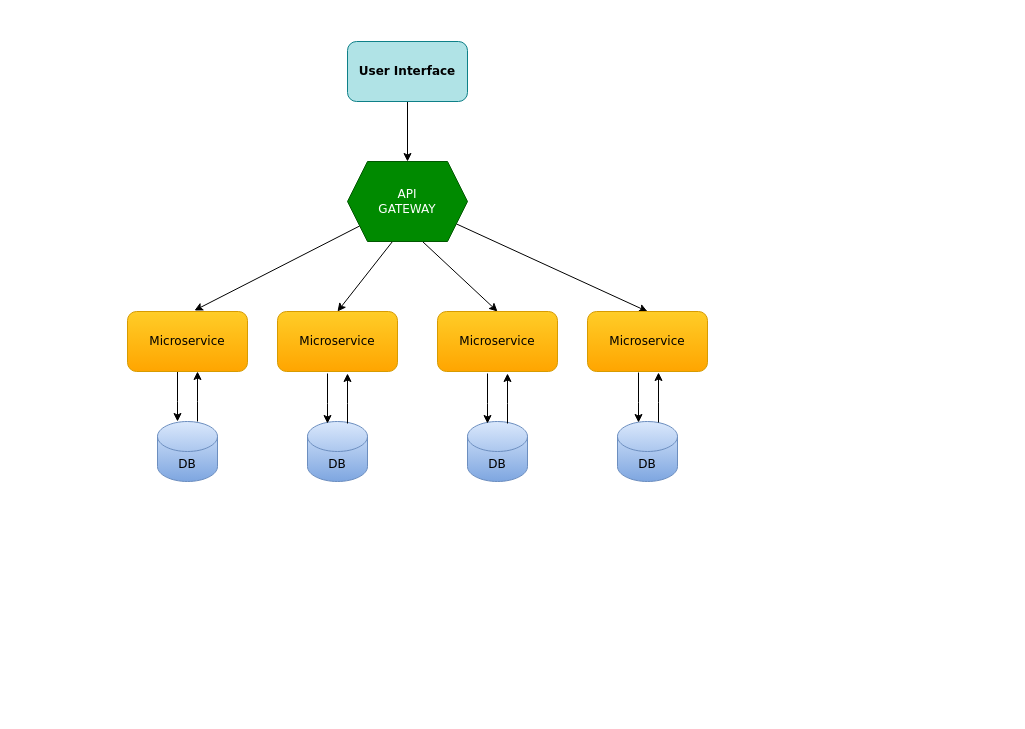
gustianom/datapool keeps this draw.io diagram as page "Microservice Design" (22 of 22) of datapool.drawio. Above is the earlier version. Source tidied: cells renumbered, new cells numbered last; positions are measured from the earlier drawing's top-left corner, leaving out a move shared by most shapes. Both pictures are drawn from the tidied source at 100%, with x=0, y=0 at pixel (127, 41).
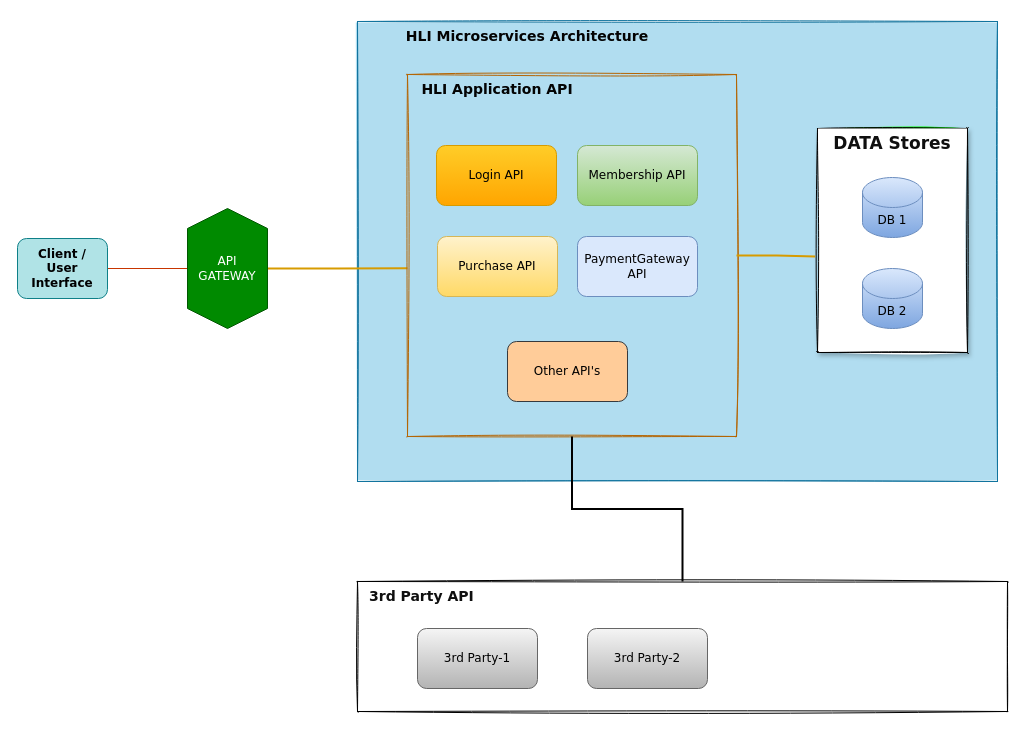
The same diagram, later.

Change to the diagram source:
```diff
@@
+    <mxCell id="25" style="rounded=0;whiteSpace=wrap;html=1;shadow=0;glass=0;sketch=1;fillStyle=solid;fontFamily=Verdana;fontSize=14;fillColor=#b1ddf0;strokeColor=#10739e;" parent="1" vertex="1">
+      <mxGeometry x="230" y="-20" width="640" height="460" as="geometry" />
+    </mxCell>
-    <mxCell id="2" style="edgeStyle=orthogonalEdgeStyle;rounded=0;jettySize=auto;html=1;fontFamily=Verdana;verticalAlign=top;" parent="1" edge="1" source="3" target="8">
+    <mxCell id="2" style="edgeStyle=orthogonalEdgeStyle;rounded=0;jettySize=auto;html=1;fontFamily=Verdana;verticalAlign=top;endArrow=none;endFill=0;fillColor=#fa6800;strokeColor=#C73500;" parent="1" edge="1" source="3" target="8">
       <mxGeometry relative="1" as="geometry" />
     </mxCell>
-    <mxCell id="3" value="User Interface" style="rounded=1;whiteSpace=wrap;html=1;fillColor=#b0e3e6;strokeColor=#0e8088;fontStyle=1;fontFamily=Verdana;" parent="1" vertex="1">
-      <mxGeometry x="220" width="120" height="60" as="geometry" />
+    <mxCell id="3" value="&lt;div&gt;Client / &lt;br&gt;&lt;/div&gt;&lt;div&gt;User Interface&lt;br&gt;&lt;/div&gt;" style="rounded=1;whiteSpace=wrap;html=1;fillColor=#b0e3e6;strokeColor=#0e8088;fontStyle=1;fontFamily=Verdana;" parent="1" vertex="1">
+      <mxGeometry x="-110" y="197" width="90" height="60" as="geometry" />
     </mxCell>
-    <mxCell id="4" style="rounded=0;jettySize=auto;html=1;entryX=0.558;entryY=-0.017;entryDx=0;entryDy=0;entryPerimeter=0;fontFamily=Verdana;" parent="1" edge="1" source="8" target="10">
-      <mxGeometry relative="1" as="geometry" />
-    </mxCell>
-    <mxCell id="5" style="rounded=0;jettySize=auto;html=1;fontFamily=Verdana;entryX=0.5;entryY=0;entryDx=0;entryDy=0;" parent="1" edge="1" source="8" target="13">
-      <mxGeometry relative="1" as="geometry" />
-    </mxCell>
-    <mxCell id="6" style="rounded=0;jettySize=auto;html=1;exitX=0.625;exitY=1;exitDx=0;exitDy=0;entryX=0.5;entryY=0;entryDx=0;entryDy=0;fontFamily=Verdana;" parent="1" edge="1" source="8" target="12">
-      <mxGeometry relative="1" as="geometry" />
-    </mxCell>
-    <mxCell id="7" style="rounded=0;jettySize=auto;html=1;exitX=0.375;exitY=1;exitDx=0;exitDy=0;entryX=0.5;entryY=0;entryDx=0;entryDy=0;fontFamily=Verdana;" parent="1" edge="1" source="8" target="11">
-      <mxGeometry relative="1" as="geometry" />
-    </mxCell>
+    <mxCell id="26" style="edgeStyle=orthogonalEdgeStyle;rounded=0;jettySize=auto;html=1;entryX=0;entryY=0.535;entryDx=0;entryDy=0;entryPerimeter=0;fontFamily=Verdana;startArrow=none;startFill=0;endArrow=none;endFill=0;strokeWidth=2;verticalAlign=top;fillColor=#ffcd28;gradientColor=#ffa500;strokeColor=#d79b00;" parent="1" edge="1" source="8" target="33">
+      <mxGeometry relative="1" as="geometry" />
+    </mxCell>
-    <mxCell id="8" value="&lt;div&gt;API &lt;br&gt;&lt;/div&gt;&lt;div&gt;GATEWAY&lt;br&gt;&lt;/div&gt;" style="shape=hexagon;perimeter=hexagonPerimeter2;whiteSpace=wrap;html=1;fixedSize=1;fillColor=#008a00;fontColor=#ffffff;strokeColor=#005700;fontFamily=Verdana;" parent="1" vertex="1">
-      <mxGeometry x="220" y="120" width="120" height="80" as="geometry" />
+    <mxCell id="8" value="&lt;div&gt;API &lt;br&gt;&lt;/div&gt;&lt;div&gt;GATEWAY&lt;br&gt;&lt;/div&gt;" style="shape=hexagon;perimeter=hexagonPerimeter2;whiteSpace=wrap;html=1;fixedSize=1;fillColor=#008a00;fontColor=#ffffff;strokeColor=#005700;fontFamily=Verdana;direction=south;" parent="1" vertex="1">
+      <mxGeometry x="60" y="167" width="80" height="120" as="geometry" />
     </mxCell>
-    <mxCell id="9" style="edgeStyle=orthogonalEdgeStyle;rounded=0;jettySize=auto;html=1;fontFamily=Verdana;" parent="1" edge="1" source="10" target="15">
-      <mxGeometry relative="1" as="geometry">
-        <Array as="points">
-          <mxPoint x="50" y="360" />
-          <mxPoint x="50" y="360" />
-        </Array>
-      </mxGeometry>
-    </mxCell>
+    <mxCell id="27" value=" " style="swimlane;startSize=0;fontFamily=Verdana;sketch=1;rounded=1;shadow=0;" parent="1" vertex="1">
+      <mxGeometry x="230" y="540" width="650" height="130" as="geometry" />
+    </mxCell>
+    <mxCell id="28" value="3rd Party-1" style="rounded=1;whiteSpace=wrap;html=1;fillColor=#f5f5f5;gradientColor=#b3b3b3;strokeColor=#666666;fontFamily=Verdana;" parent="27" vertex="1">
+      <mxGeometry x="60" y="47" width="120" height="60" as="geometry" />
+    </mxCell>
+    <mxCell id="29" value="3rd Party-2" style="rounded=1;whiteSpace=wrap;html=1;fillColor=#f5f5f5;gradientColor=#b3b3b3;strokeColor=#666666;fontFamily=Verdana;" parent="27" vertex="1">
+      <mxGeometry x="230" y="47" width="120" height="60" as="geometry" />
+    </mxCell>
+    <mxCell id="30" value="&lt;font style=&quot;font-size: 14px&quot;&gt;&lt;b&gt;&lt;font style=&quot;font-size: 14px&quot; color=&quot;#0F0F0F&quot;&gt;3rd Party API&lt;br&gt;&lt;/font&gt;&lt;/b&gt;&lt;/font&gt;" style="text;html=1;strokeColor=none;fillColor=none;align=left;verticalAlign=middle;whiteSpace=wrap;rounded=0;shadow=1;glass=0;sketch=1;fillStyle=solid;fontFamily=Verdana;fontColor=#99FFFF;" parent="27" vertex="1">
+      <mxGeometry x="10" width="220" height="30" as="geometry" />
+    </mxCell>
+    <mxCell id="31" style="swimlane;startSize=0;fontFamily=Verdana;fillColor=none;sketch=1;rounded=1;strokeColor=none;fillStyle=hachure;swimlaneFillColor=none;" parent="1" vertex="1">
+      <mxGeometry x="230" y="-20" width="620" height="450" as="geometry" />
+    </mxCell>
+    <mxCell id="32" value="&lt;font style=&quot;font-size: 14px&quot;&gt;&lt;b&gt;&lt;font style=&quot;font-size: 14px&quot; color=&quot;#030303&quot;&gt;HLI Microservices Architecture&lt;br&gt;&lt;/font&gt;&lt;/b&gt;&lt;/font&gt;" style="text;html=1;strokeColor=none;fillColor=none;align=center;verticalAlign=middle;whiteSpace=wrap;rounded=0;shadow=1;glass=0;sketch=1;fillStyle=solid;fontFamily=Verdana;fontColor=#99FFFF;" parent="31" vertex="1">
+      <mxGeometry x="20" width="300" height="30" as="geometry" />
+    </mxCell>
+    <mxCell id="33" style="swimlane;startSize=0;fontFamily=Verdana;fillColor=#fad7ac;sketch=1;rounded=1;strokeColor=#b46504;" parent="31" vertex="1">
+      <mxGeometry x="50" y="53" width="329" height="362" as="geometry" />
+    </mxCell>
-    <mxCell id="10" value="Microservice" style="rounded=1;whiteSpace=wrap;html=1;fillColor=#ffcd28;gradientColor=#ffa500;strokeColor=#d79b00;fontFamily=Verdana;" parent="1" vertex="1">
-      <mxGeometry y="270" width="120" height="60" as="geometry" />
+    <mxCell id="10" value="Login API" style="rounded=1;whiteSpace=wrap;html=1;fillColor=#ffcd28;gradientColor=#ffa500;strokeColor=#d79b00;fontFamily=Verdana;" parent="33" vertex="1">
+      <mxGeometry x="29" y="71" width="120" height="60" as="geometry" />
     </mxCell>
-    <mxCell id="11" value="Microservice" style="rounded=1;whiteSpace=wrap;html=1;fillColor=#ffcd28;gradientColor=#ffa500;strokeColor=#d79b00;fontFamily=Verdana;" parent="1" vertex="1">
-      <mxGeometry x="150" y="270" width="120" height="60" as="geometry" />
+    <mxCell id="11" value="Purchase API" style="rounded=1;whiteSpace=wrap;html=1;fillColor=#fff2cc;gradientColor=#ffd966;strokeColor=#d6b656;fontFamily=Verdana;" parent="33" vertex="1">
+      <mxGeometry x="30" y="162" width="120" height="60" as="geometry" />
     </mxCell>
-    <mxCell id="12" value="Microservice" style="rounded=1;whiteSpace=wrap;html=1;fillColor=#ffcd28;gradientColor=#ffa500;strokeColor=#d79b00;fontFamily=Verdana;" parent="1" vertex="1">
-      <mxGeometry x="310" y="270" width="120" height="60" as="geometry" />
+    <mxCell id="12" value="PaymentGateway API" style="rounded=1;whiteSpace=wrap;html=1;fillColor=#dae8fc;strokeColor=#6c8ebf;fontFamily=Verdana;" parent="33" vertex="1">
+      <mxGeometry x="170" y="162" width="120" height="60" as="geometry" />
     </mxCell>
-    <mxCell id="13" value="Microservice" style="rounded=1;whiteSpace=wrap;html=1;fillColor=#ffcd28;gradientColor=#ffa500;strokeColor=#d79b00;fontFamily=Verdana;" parent="1" vertex="1">
-      <mxGeometry x="460" y="270" width="120" height="60" as="geometry" />
-    </mxCell>
-    <mxCell id="14" style="edgeStyle=orthogonalEdgeStyle;rounded=0;jettySize=auto;html=1;fontFamily=Verdana;" parent="1" edge="1" source="15" target="10">
-      <mxGeometry relative="1" as="geometry">
-        <Array as="points">
-          <mxPoint x="70" y="360" />
-          <mxPoint x="70" y="360" />
-        </Array>
-      </mxGeometry>
-    </mxCell>
+    <mxCell id="34" value="Membership API" style="rounded=1;whiteSpace=wrap;html=1;fillColor=#d5e8d4;gradientColor=#97d077;strokeColor=#82b366;fontFamily=Verdana;" parent="33" vertex="1">
+      <mxGeometry x="170" y="71" width="120" height="60" as="geometry" />
+    </mxCell>
+    <mxCell id="35" value="&lt;font style=&quot;font-size: 14px&quot;&gt;&lt;b&gt;&lt;font style=&quot;font-size: 14px&quot; color=&quot;#030303&quot;&gt;HLI Application API&lt;br&gt;&lt;/font&gt;&lt;/b&gt;&lt;/font&gt;" style="text;html=1;strokeColor=none;fillColor=none;align=center;verticalAlign=middle;whiteSpace=wrap;rounded=0;shadow=1;glass=0;sketch=1;fillStyle=solid;fontFamily=Verdana;fontColor=#99FFFF;" parent="33" vertex="1">
+      <mxGeometry width="180" height="30" as="geometry" />
+    </mxCell>
+    <mxCell id="36" value="Other API's" style="rounded=1;whiteSpace=wrap;html=1;fillColor=#ffcc99;strokeColor=#36393d;fontFamily=Verdana;" parent="33" vertex="1">
+      <mxGeometry x="100" y="267" width="120" height="60" as="geometry" />
+    </mxCell>
+    <mxCell id="37" style="swimlane;startSize=0;fontFamily=Verdana;fillColor=#00FF00;swimlaneFillColor=default;rounded=1;shadow=1;sketch=1;glass=0;swimlaneLine=1;fillStyle=solid;fontColor=#99FFFF;" parent="31" vertex="1">
+      <mxGeometry x="460" y="107" width="150" height="224" as="geometry" />
+    </mxCell>
-    <mxCell id="15" value="DB" style="shape=cylinder3;whiteSpace=wrap;html=1;boundedLbl=1;backgroundOutline=1;size=15;fillColor=#dae8fc;strokeColor=#6c8ebf;gradientColor=#7ea6e0;fontFamily=Verdana;" parent="1" vertex="1">
-      <mxGeometry x="30" y="380" width="60" height="60" as="geometry" />
+    <mxCell id="15" value="DB 1" style="shape=cylinder3;whiteSpace=wrap;html=1;boundedLbl=1;backgroundOutline=1;size=15;fillColor=#dae8fc;strokeColor=#6c8ebf;gradientColor=#7ea6e0;fontFamily=Verdana;" parent="37" vertex="1">
+      <mxGeometry x="45" y="49" width="60" height="60" as="geometry" />
     </mxCell>
-    <mxCell id="16" value="DB" style="shape=cylinder3;whiteSpace=wrap;html=1;boundedLbl=1;backgroundOutline=1;size=15;fillColor=#dae8fc;strokeColor=#6c8ebf;gradientColor=#7ea6e0;fontFamily=Verdana;" parent="1" vertex="1">
-      <mxGeometry x="180" y="380" width="60" height="60" as="geometry" />
-    </mxCell>
-    <mxCell id="17" value="DB" style="shape=cylinder3;whiteSpace=wrap;html=1;boundedLbl=1;backgroundOutline=1;size=15;fillColor=#dae8fc;strokeColor=#6c8ebf;gradientColor=#7ea6e0;fontFamily=Verdana;" parent="1" vertex="1">
-      <mxGeometry x="340" y="380" width="60" height="60" as="geometry" />
-    </mxCell>
-    <mxCell id="18" value="DB" style="shape=cylinder3;whiteSpace=wrap;html=1;boundedLbl=1;backgroundOutline=1;size=15;fillColor=#dae8fc;strokeColor=#6c8ebf;gradientColor=#7ea6e0;fontFamily=Verdana;" parent="1" vertex="1">
-      <mxGeometry x="490" y="380" width="60" height="60" as="geometry" />
-    </mxCell>
-    <mxCell id="19" style="edgeStyle=orthogonalEdgeStyle;rounded=0;orthogonalLoop=1;jettySize=auto;html=1;fontFamily=Verdana;" parent="1" edge="1">
-      <mxGeometry relative="1" as="geometry">
-        <mxPoint x="200" y="332" as="sourcePoint" />
-        <mxPoint x="200" y="382" as="targetPoint" />
-        <Array as="points">
-          <mxPoint x="200" y="362" />
-          <mxPoint x="200" y="362" />
-        </Array>
-      </mxGeometry>
-    </mxCell>
-    <mxCell id="20" style="edgeStyle=orthogonalEdgeStyle;rounded=0;orthogonalLoop=1;jettySize=auto;html=1;fontFamily=Verdana;" parent="1" edge="1">
-      <mxGeometry relative="1" as="geometry">
-        <mxPoint x="220" y="382" as="sourcePoint" />
-        <mxPoint x="220" y="332" as="targetPoint" />
-        <Array as="points">
-          <mxPoint x="220" y="362" />
-          <mxPoint x="220" y="362" />
-        </Array>
-      </mxGeometry>
-    </mxCell>
-    <mxCell id="21" style="edgeStyle=orthogonalEdgeStyle;rounded=0;orthogonalLoop=1;jettySize=auto;html=1;fontFamily=Verdana;" parent="1" edge="1">
-      <mxGeometry relative="1" as="geometry">
-        <mxPoint x="380" y="382" as="sourcePoint" />
-        <mxPoint x="380" y="332" as="targetPoint" />
-        <Array as="points">
-          <mxPoint x="380" y="362" />
-          <mxPoint x="380" y="362" />
-        </Array>
-      </mxGeometry>
-    </mxCell>
-    <mxCell id="22" style="edgeStyle=orthogonalEdgeStyle;rounded=0;orthogonalLoop=1;jettySize=auto;html=1;fontFamily=Verdana;" parent="1" edge="1">
-      <mxGeometry relative="1" as="geometry">
-        <mxPoint x="360" y="332" as="sourcePoint" />
-        <mxPoint x="360" y="382" as="targetPoint" />
-        <Array as="points">
-          <mxPoint x="360" y="362" />
-          <mxPoint x="360" y="362" />
-        </Array>
-      </mxGeometry>
-    </mxCell>
-    <mxCell id="23" style="edgeStyle=orthogonalEdgeStyle;rounded=0;orthogonalLoop=1;jettySize=auto;html=1;fontFamily=Verdana;" parent="1" edge="1">
-      <mxGeometry relative="1" as="geometry">
-        <mxPoint x="531" y="381" as="sourcePoint" />
-        <mxPoint x="531" y="331" as="targetPoint" />
-        <Array as="points">
-          <mxPoint x="531" y="361" />
-          <mxPoint x="531" y="361" />
-        </Array>
-      </mxGeometry>
-    </mxCell>
-    <mxCell id="24" style="edgeStyle=orthogonalEdgeStyle;rounded=0;orthogonalLoop=1;jettySize=auto;html=1;fontFamily=Verdana;" parent="1" edge="1">
-      <mxGeometry relative="1" as="geometry">
-        <mxPoint x="511" y="331" as="sourcePoint" />
-        <mxPoint x="511" y="381" as="targetPoint" />
-        <Array as="points">
-          <mxPoint x="511" y="361" />
-          <mxPoint x="511" y="361" />
-        </Array>
-      </mxGeometry>
-    </mxCell>
+    <mxCell id="38" value="DB 2" style="shape=cylinder3;whiteSpace=wrap;html=1;boundedLbl=1;backgroundOutline=1;size=15;fillColor=#dae8fc;strokeColor=#6c8ebf;gradientColor=#7ea6e0;fontFamily=Verdana;" parent="37" vertex="1">
+      <mxGeometry x="45" y="140" width="60" height="60" as="geometry" />
+    </mxCell>
+    <mxCell id="39" value="&lt;b&gt;&lt;font style=&quot;font-size: 17px&quot; color=&quot;#0F0F0F&quot;&gt;DATA Stores&lt;br&gt;&lt;/font&gt;&lt;/b&gt;" style="text;html=1;strokeColor=none;fillColor=none;align=center;verticalAlign=middle;whiteSpace=wrap;rounded=0;shadow=1;glass=0;sketch=1;fillStyle=solid;fontFamily=Verdana;fontColor=#99FFFF;" parent="37" vertex="1">
+      <mxGeometry x="10" width="130" height="30" as="geometry" />
+    </mxCell>
+    <mxCell id="40" style="edgeStyle=orthogonalEdgeStyle;rounded=0;jettySize=auto;html=1;entryX=-0.016;entryY=0.571;entryDx=0;entryDy=0;entryPerimeter=0;fontFamily=Verdana;startArrow=none;startFill=0;endArrow=none;endFill=0;strokeWidth=2;verticalAlign=top;fillColor=#ffcd28;gradientColor=#ffa500;strokeColor=#d79b00;" parent="31" edge="1" source="33" target="37">
+      <mxGeometry relative="1" as="geometry" />
+    </mxCell>
+    <mxCell id="41" style="edgeStyle=orthogonalEdgeStyle;rounded=0;jettySize=auto;html=1;fontFamily=Verdana;fontSize=14;fontColor=#030303;startArrow=none;startFill=0;endArrow=none;endFill=0;strokeWidth=2;verticalAlign=top;" parent="1" edge="1" source="33" target="27">
+      <mxGeometry relative="1" as="geometry" />
+    </mxCell>
```
